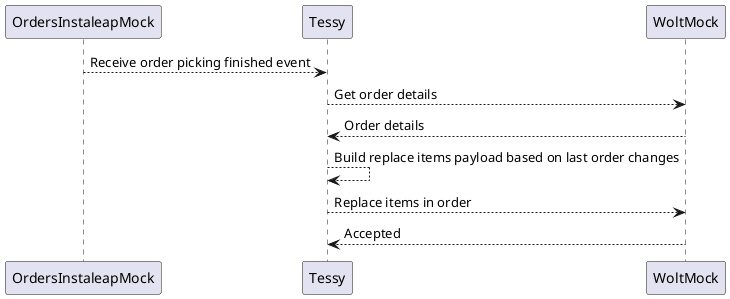
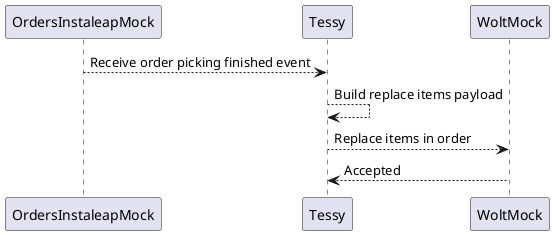
@startuml


OrdersInstaleapMock --> Tessy: Receive order picking finished event

- Tessy --> WoltMock: Get order details
- WoltMock --> Tessy: Order details
- 
- Tessy --> Tessy: Build replace items payload based on last order changes
+ Tessy --> Tessy: Build replace items payload
Tessy --> WoltMock: Replace items in order

WoltMock --> Tessy: Accepted
@enduml